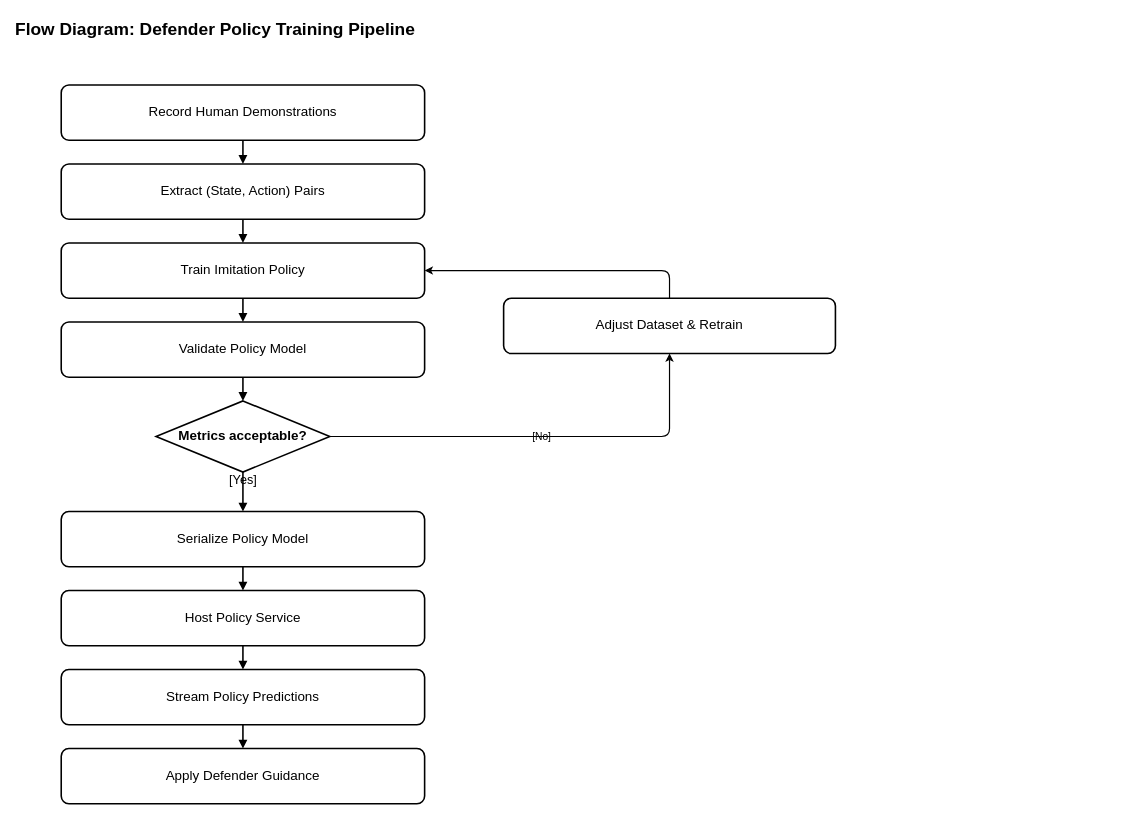
This is 25_flow_diagram_rl_training.drawio from sjd-1214/diagrams, a draw.io file, before an edit. Source tidied: cells renumbered, new cells numbered last; positions are measured from the earlier drawing's top-left corner, leaving out a move shared by most shapes. Both pictures are drawn from the tidied source at 79%, with x=0, y=0 at pixel (13, 13).
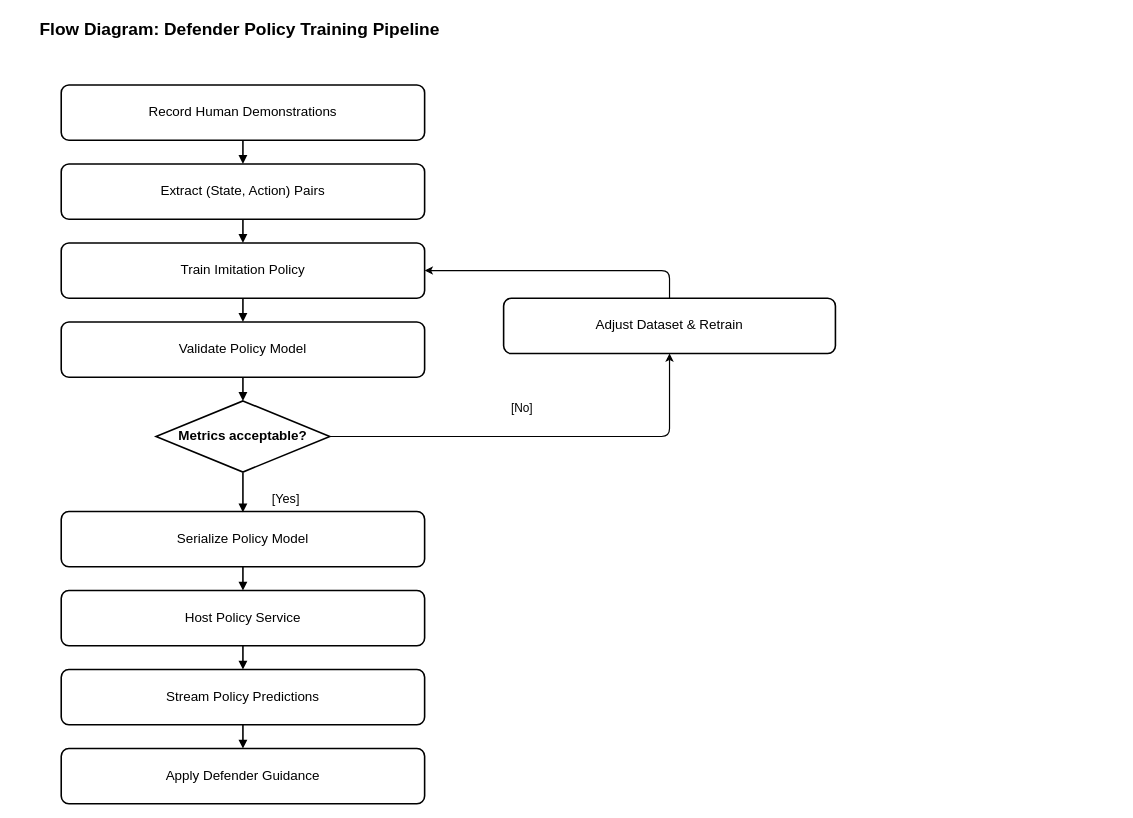
The same diagram, later.

Unchanged cells that the change refers to:
```xml
<mxCell id="5" value="Train Imitation Policy" style="rounded=1;whiteSpace=wrap;html=1;arcSize=14;fillColor=none;strokeColor=#000000;fontFamily=Helvetica;align=center;fontColor=#000000;fontSize=17;strokeWidth=2;" parent="1" vertex="1">
  <mxGeometry x="60" y="290" width="460" height="70" as="geometry" />
</mxCell>
<mxCell id="7" value="Metrics acceptable?" style="rhombus;whiteSpace=wrap;html=1;fillColor=none;strokeColor=#000000;fontFamily=Helvetica;align=center;fontStyle=1;fontColor=#000000;fontSize=17;strokeWidth=2;" parent="1" vertex="1">
  <mxGeometry x="180" y="490" width="220" height="90" as="geometry" />
</mxCell>
<mxCell id="8" value="Adjust Dataset &amp;amp; Retrain" style="rounded=1;whiteSpace=wrap;html=1;arcSize=14;fillColor=none;strokeColor=#000000;fontFamily=Helvetica;align=center;fontColor=#000000;fontSize=17;strokeWidth=2;" parent="1" vertex="1">
  <mxGeometry x="620" y="360" width="420" height="70" as="geometry" />
</mxCell>
<mxCell id="9" value="Serialize Policy Model" style="rounded=1;whiteSpace=wrap;html=1;arcSize=14;fillColor=none;strokeColor=#000000;fontFamily=Helvetica;align=center;fontColor=#000000;fontSize=17;strokeWidth=2;" parent="1" vertex="1">
  <mxGeometry x="60" y="630" width="460" height="70" as="geometry" />
</mxCell>
```

The edit, as a diff of the source:
```diff
@@
     <mxCell id="2" value="&lt;b&gt;Flow Diagram: Defender Policy Training Pipeline&lt;/b&gt;" style="text;html=1;fontFamily=Helvetica;fontColor=#000000;fontStyle=1;fontSize=22;fillColor=none;" parent="1" vertex="1">
-      <mxGeometry width="1400" height="35" as="geometry" />
+      <mxGeometry x="31" width="518" height="35" as="geometry" />
     </mxCell>
@@
-    <mxCell id="17" value="[No]" style="edgeStyle=orthogonalEdgeStyle;rounded=1;jettySize=auto;html=1;strokeColor=#000000;strokeWidth=1.5;fontFamily=Helvetica;fontSize=13;fontColor=#000000;exitX=1;exitY=0.5;entryX=0.5;entryY=1;labelBackgroundColor=none;" parent="1" edge="1" source="7" target="8">
-      <mxGeometry relative="1" as="geometry" />
+    <mxCell id="17" value="[No]" style="edgeStyle=orthogonalEdgeStyle;rounded=1;jettySize=auto;html=1;strokeColor=#000000;strokeWidth=1.5;fontFamily=Helvetica;fontSize=15;fontColor=#000000;exitX=1;exitY=0.5;entryX=0.5;entryY=1;labelBackgroundColor=none;verticalAlign=bottom;spacingBottom=8;spacingLeft=10;spacingRight=10;" parent="1" edge="1" source="7" target="8">
+      <mxGeometry x="-0.09" y="17" relative="1" as="geometry" />
     </mxCell>
-    <mxCell id="18" style="edgeStyle=orthogonalEdgeStyle;rounded=1;jettySize=auto;html=1;strokeColor=#000000;strokeWidth=1.5;fontFamily=Helvetica;fontSize=13;fontColor=#000000;exitX=0.5;exitY=0;entryX=1;entryY=0.5;labelBackgroundColor=none;" parent="1" edge="1" source="8" target="5">
+    <mxCell id="18" style="edgeStyle=orthogonalEdgeStyle;rounded=1;jettySize=auto;html=1;strokeColor=#000000;strokeWidth=1.5;fontFamily=Helvetica;fontSize=15;fontColor=#000000;exitX=0.5;exitY=0;entryX=1;entryY=0.5;labelBackgroundColor=none;" parent="1" edge="1" source="8" target="5">
       <mxGeometry relative="1" as="geometry" />
     </mxCell>
-    <mxCell id="19" value="[Yes]" style="endArrow=block;html=1;strokeColor=#000000;fontFamily=Helvetica;fontColor=#000000;labelBackgroundColor=none;verticalAlign=bottom;spacingBottom=3;fontSize=16;strokeWidth=2;" parent="1" edge="1" source="7" target="9">
-      <mxGeometry relative="1" as="geometry" />
+    <mxCell id="19" value="[Yes]" style="endArrow=block;html=1;strokeColor=#000000;fontFamily=Helvetica;fontColor=#000000;labelBackgroundColor=none;verticalAlign=middle;fontSize=16;strokeWidth=2;align=left;labelPosition=right;spacingLeft=10;" parent="1" edge="1">
+      <mxGeometry x="0.32" y="25" relative="1" as="geometry">
+        <mxPoint x="290" y="581" as="sourcePoint" />
+        <mxPoint x="290" y="631" as="targetPoint" />
+      </mxGeometry>
     </mxCell>
```
